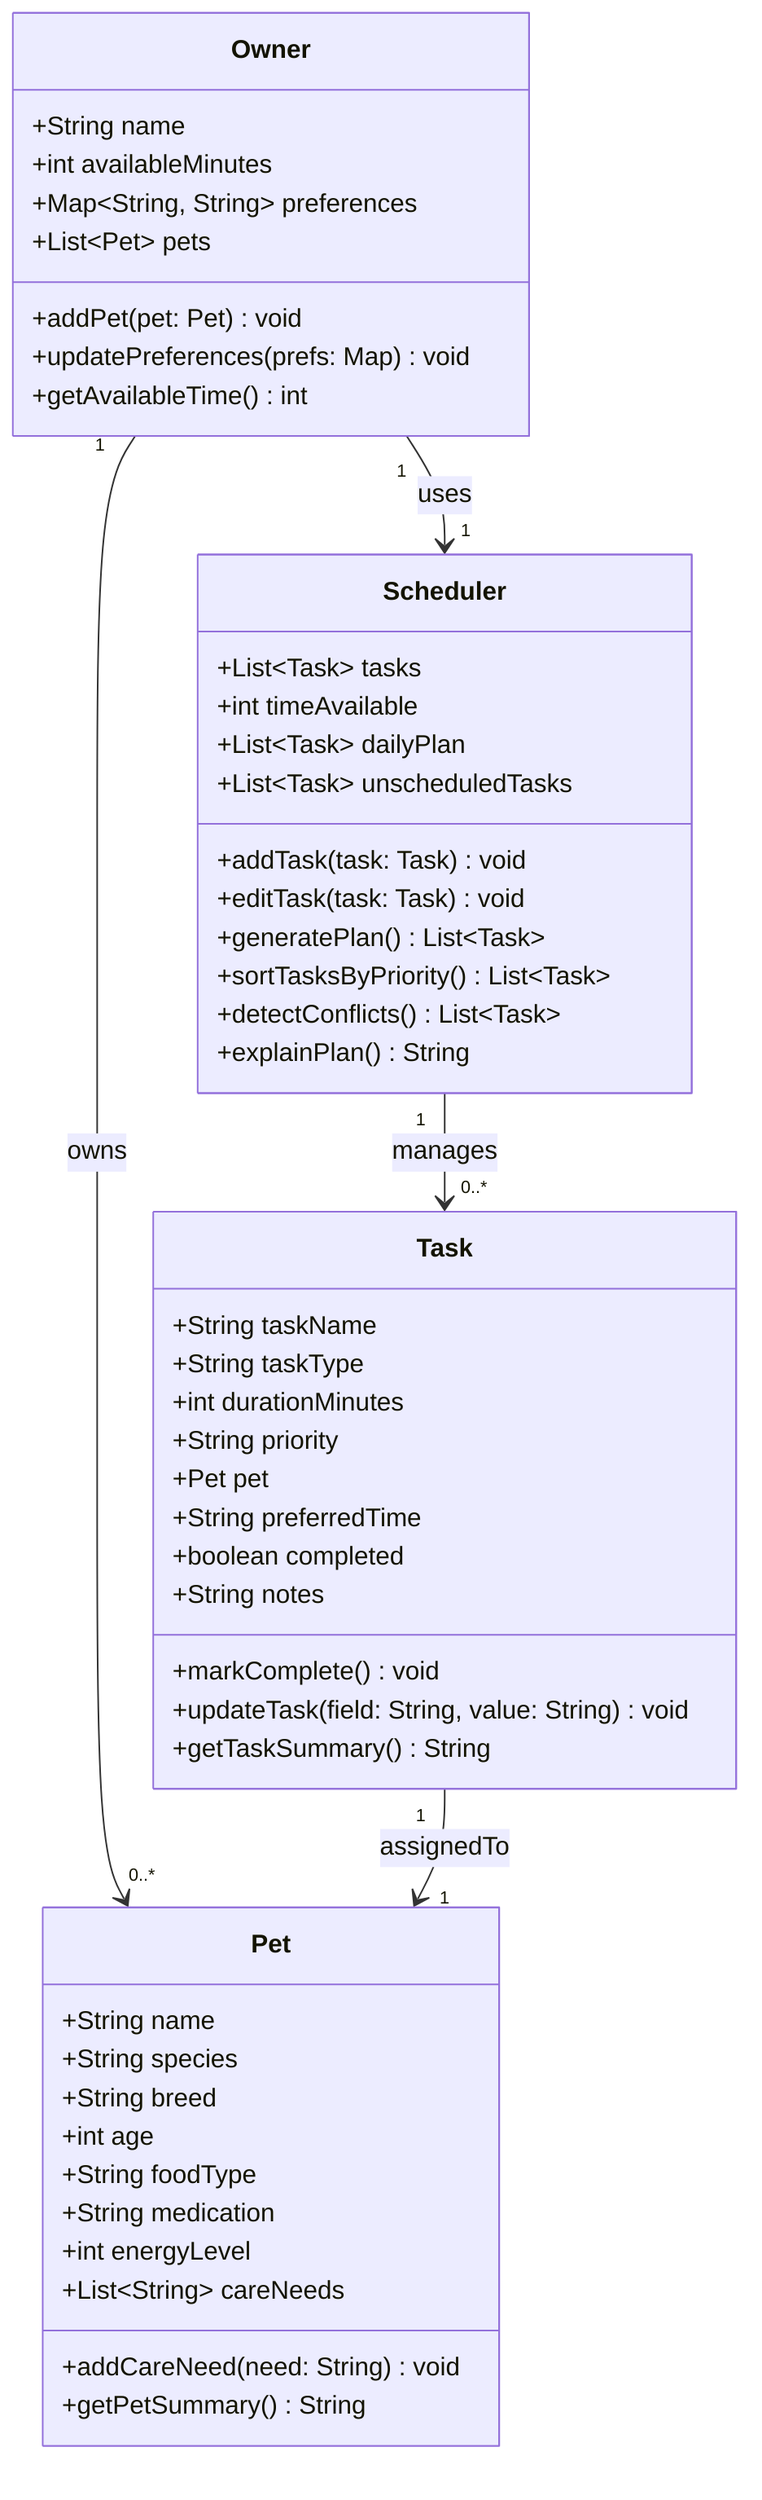
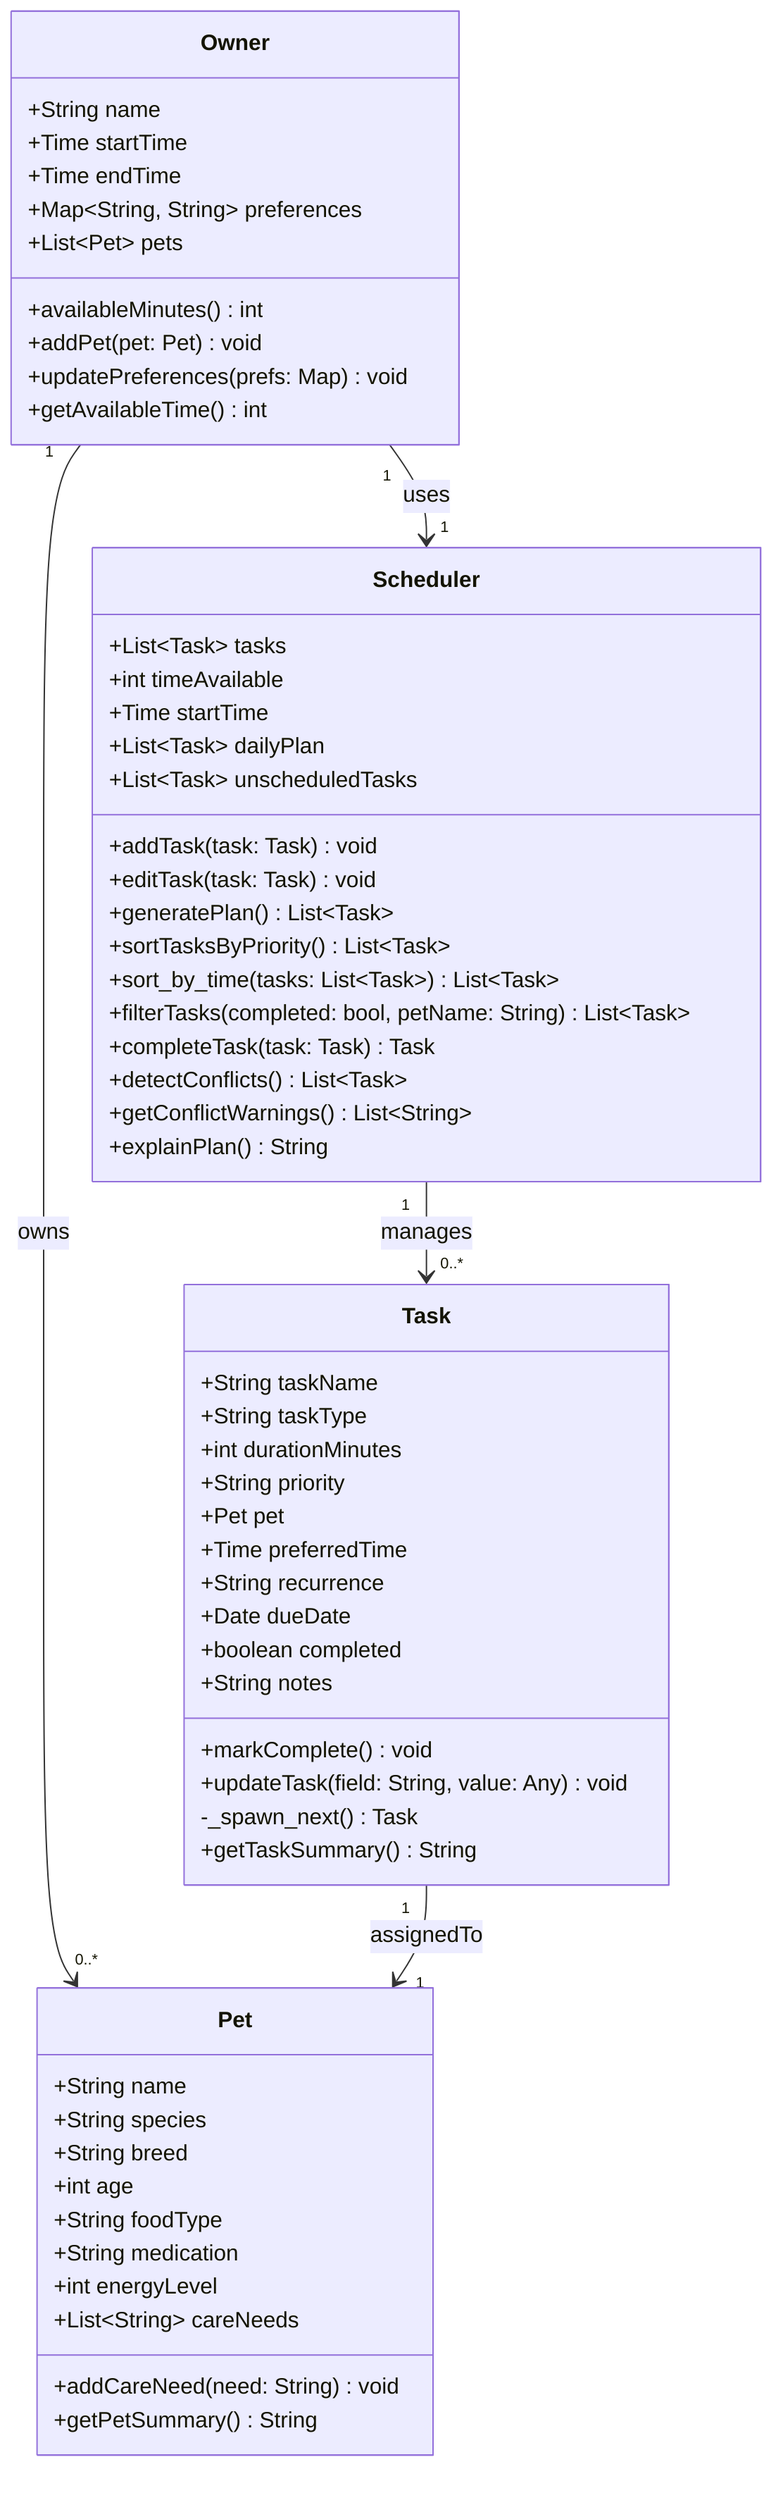
classDiagram
    class Pet {
        +String name
        +String species
        +String breed
        +int age
        +String foodType
        +String medication
        +int energyLevel
        +List~String~ careNeeds
        +addCareNeed(need: String) void
        +getPetSummary() String
    }

    class Owner {
        +String name
-         +int availableMinutes
+         +Time startTime
+         +Time endTime
+         +availableMinutes() int
        +Map~String, String~ preferences
        +List~Pet~ pets
        +addPet(pet: Pet) void
        +updatePreferences(prefs: Map) void
        +getAvailableTime() int
    }

    class Task {
        +String taskName
        +String taskType
        +int durationMinutes
        +String priority
        +Pet pet
-         +String preferredTime
+         +Time preferredTime
+         +String recurrence
+         +Date dueDate
        +boolean completed
        +String notes
        +markComplete() void
-         +updateTask(field: String, value: String) void
+         +updateTask(field: String, value: Any) void
+         -_spawn_next() Task
        +getTaskSummary() String
    }

    class Scheduler {
        +List~Task~ tasks
        +int timeAvailable
+         +Time startTime
        +List~Task~ dailyPlan
        +List~Task~ unscheduledTasks
        +addTask(task: Task) void
        +editTask(task: Task) void
        +generatePlan() List~Task~
        +sortTasksByPriority() List~Task~
+         +sort_by_time(tasks: List~Task~) List~Task~
+         +filterTasks(completed: bool, petName: String) List~Task~
+         +completeTask(task: Task) Task
        +detectConflicts() List~Task~
+         +getConflictWarnings() List~String~
        +explainPlan() String
    }

    Owner "1" --> "0..*" Pet : owns
    Owner "1" --> "1" Scheduler : uses
    Scheduler "1" --> "0..*" Task : manages
-     Task "1" --> "1" Pet : assignedTo+     Task "1" --> "1" Pet : assignedTo
